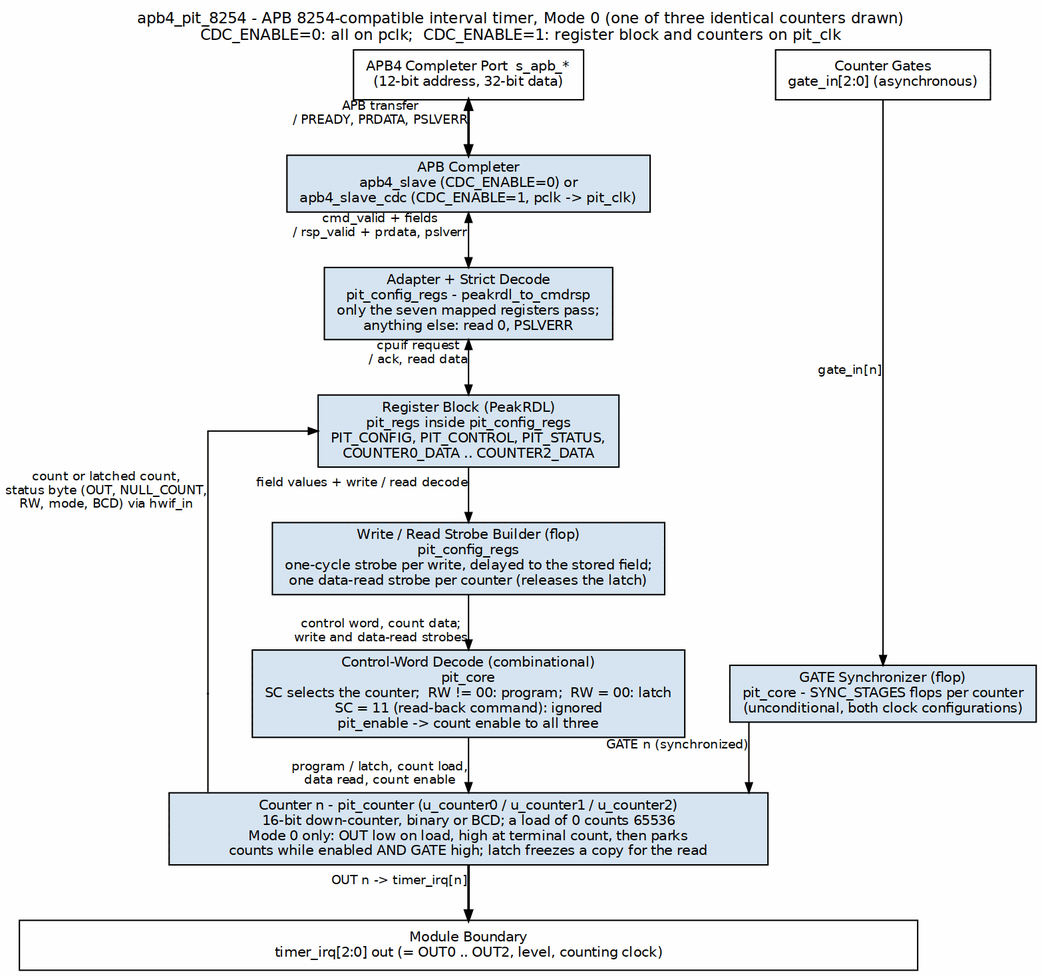
This is projects/components/legacy-ip/retro_legacy_blocks/docs/pit_8254_mas/assets/graphviz/pit_8254_whole_unit.png from sean-galloway/RTLDesignSherpa, a Graphviz export, as it was before one commit. Its source is kept beside it as projects/components/legacy-ip/retro_legacy_blocks/docs/pit_8254_mas/assets/graphviz/pit_8254_whole_unit.dot.
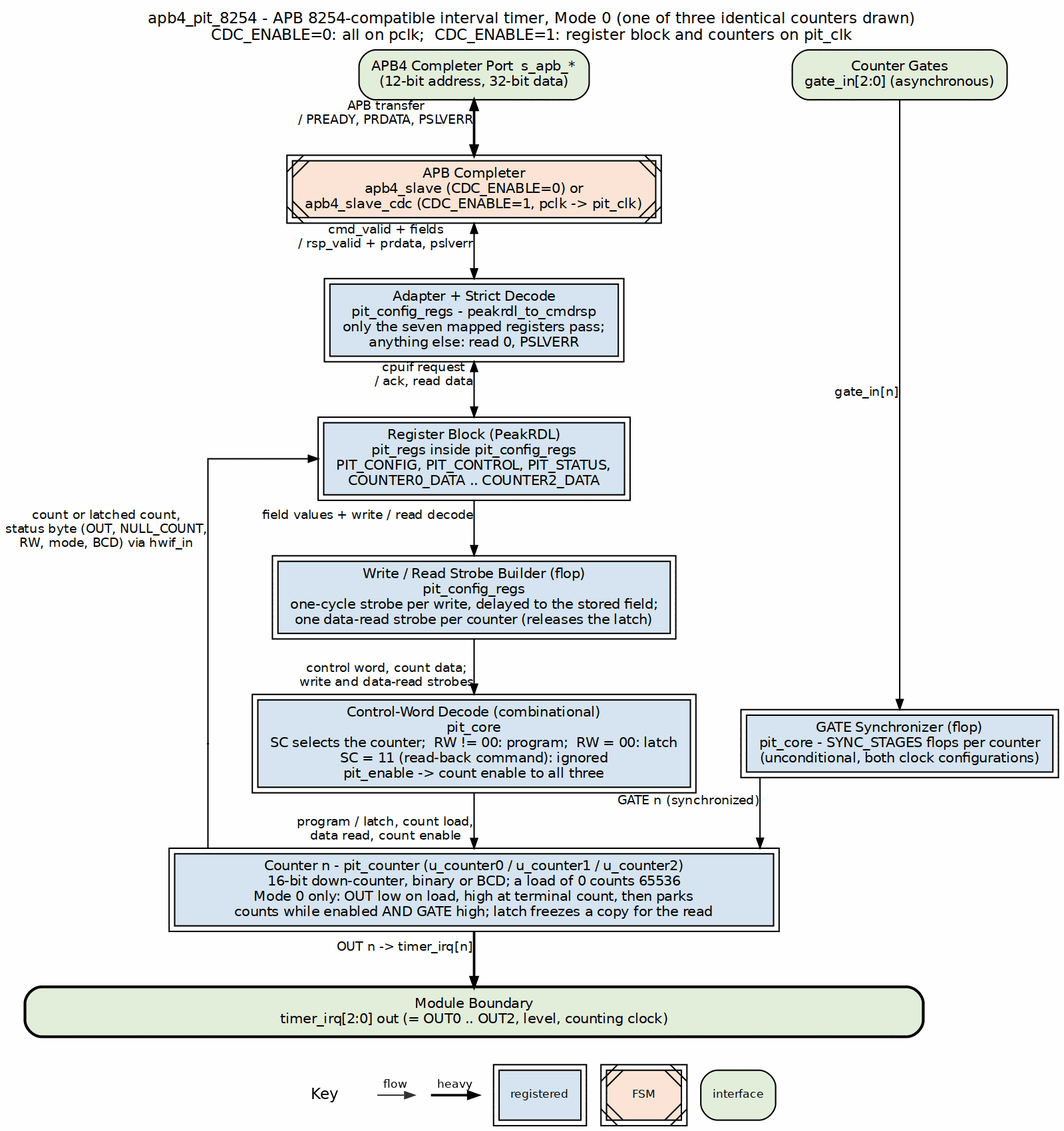
After the commit.

The edit, as a diff of the source:
```diff
@@ -4,24 +4,24 @@
            label="apb4_pit_8254 - APB 8254-compatible interval timer, Mode 0 (one of three identical counters drawn)\nCDC_ENABLE=0: all on pclk;  CDC_ENABLE=1: register block and counters on pit_clk",
            labelloc=t, labeljust=c];
     node  [fontname="Helvetica", fontsize=10, shape=box, style=filled,
-           fillcolor="#D6E4F0", color="black", margin="0.12,0.06"];
+           fillcolor="white", color="black", margin="0.12,0.06"];
     edge  [fontname="Helvetica", fontsize=9, color="black", arrowsize=0.7];
 
-    apb  [group=C, fillcolor="white", label="APB4 Completer Port  s_apb_*\n(12-bit address, 32-bit data)"];
-    gatep [group=R, fillcolor="white", label="Counter Gates\ngate_in[2:0] (asynchronous)"];
+    apb  [group=C, fillcolor="white", label="APB4 Completer Port  s_apb_*\n(12-bit address, 32-bit data)", style="rounded,filled", fillcolor="#E2EFDA"];
+    gatep [group=R, fillcolor="white", label="Counter Gates\ngate_in[2:0] (asynchronous)", style="rounded,filled", fillcolor="#E2EFDA"];
 
-    slv  [group=C, label="APB Completer\napb4_slave (CDC_ENABLE=0) or\napb4_slave_cdc (CDC_ENABLE=1, pclk -> pit_clk)"];
-    dec  [group=C, label="Adapter + Strict Decode\npit_config_regs - peakrdl_to_cmdrsp\nonly the seven mapped registers pass;\nanything else: read 0, PSLVERR"];
-    regs [group=C, label="Register Block (PeakRDL)\npit_regs inside pit_config_regs\nPIT_CONFIG, PIT_CONTROL, PIT_STATUS,\nCOUNTER0_DATA .. COUNTER2_DATA"];
+    slv  [group=C, label="APB Completer\napb4_slave (CDC_ENABLE=0) or\napb4_slave_cdc (CDC_ENABLE=1, pclk -> pit_clk)", peripheries=2, style="filled,diagonals", fillcolor="#FCE4D6"];
+    dec  [group=C, label="Adapter + Strict Decode\npit_config_regs - peakrdl_to_cmdrsp\nonly the seven mapped registers pass;\nanything else: read 0, PSLVERR", peripheries=2, style="filled", fillcolor="#D6E4F0"];
+    regs [group=C, label="Register Block (PeakRDL)\npit_regs inside pit_config_regs\nPIT_CONFIG, PIT_CONTROL, PIT_STATUS,\nCOUNTER0_DATA .. COUNTER2_DATA", peripheries=2, style="filled", fillcolor="#D6E4F0"];
 
-    stb  [group=C, label="Write / Read Strobe Builder (flop)\npit_config_regs\none-cycle strobe per write, delayed to the stored field;\none data-read strobe per counter (releases the latch)"];
-    cwd  [group=C, label="Control-Word Decode (combinational)\npit_core\nSC selects the counter;  RW != 00: program;  RW = 00: latch\nSC = 11 (read-back command): ignored\npit_enable -> count enable to all three"];
-    sync [group=R, label="GATE Synchronizer (flop)\npit_core - SYNC_STAGES flops per counter\n(unconditional, both clock configurations)"];
+    stb  [group=C, label="Write / Read Strobe Builder (flop)\npit_config_regs\none-cycle strobe per write, delayed to the stored field;\none data-read strobe per counter (releases the latch)", peripheries=2, style="filled", fillcolor="#D6E4F0"];
+    cwd  [group=C, label="Control-Word Decode (combinational)\npit_core\nSC selects the counter;  RW != 00: program;  RW = 00: latch\nSC = 11 (read-back command): ignored\npit_enable -> count enable to all three", peripheries=2, style="filled", fillcolor="#D6E4F0"];
+    sync [group=R, label="GATE Synchronizer (flop)\npit_core - SYNC_STAGES flops per counter\n(unconditional, both clock configurations)", peripheries=2, style="filled", fillcolor="#D6E4F0"];
 
-    cnt  [group=C, width=6.0, label="Counter n - pit_counter (u_counter0 / u_counter1 / u_counter2)\n16-bit down-counter, binary or BCD; a load of 0 counts 65536\nMode 0 only: OUT low on load, high at terminal count, then parks\ncounts while enabled AND GATE high; latch freezes a copy for the read"];
+    cnt  [group=C, width=6.0, label="Counter n - pit_counter (u_counter0 / u_counter1 / u_counter2)\n16-bit down-counter, binary or BCD; a load of 0 counts 65536\nMode 0 only: OUT low on load, high at terminal count, then parks\ncounts while enabled AND GATE high; latch freezes a copy for the read", peripheries=2, style="filled", fillcolor="#D6E4F0"];
 
     bar  [group=C, fillcolor="white", width=9.0,
-          label="Module Boundary\ntimer_irq[2:0] out (= OUT0 .. OUT2, level, counting clock)"];
+          label="Module Boundary\ntimer_irq[2:0] out (= OUT0 .. OUT2, level, counting clock)", style="rounded,filled,bold", fillcolor="#E2EFDA"];
 
     apb  -> slv  [dir=both, penwidth=1.8, xlabel="APB transfer\n/ PREADY, PRDATA, PSLVERR"];
     slv  -> dec  [dir=both, xlabel="cmd_valid + fields\n/ rsp_valid + prdata, pslverr"];
```
